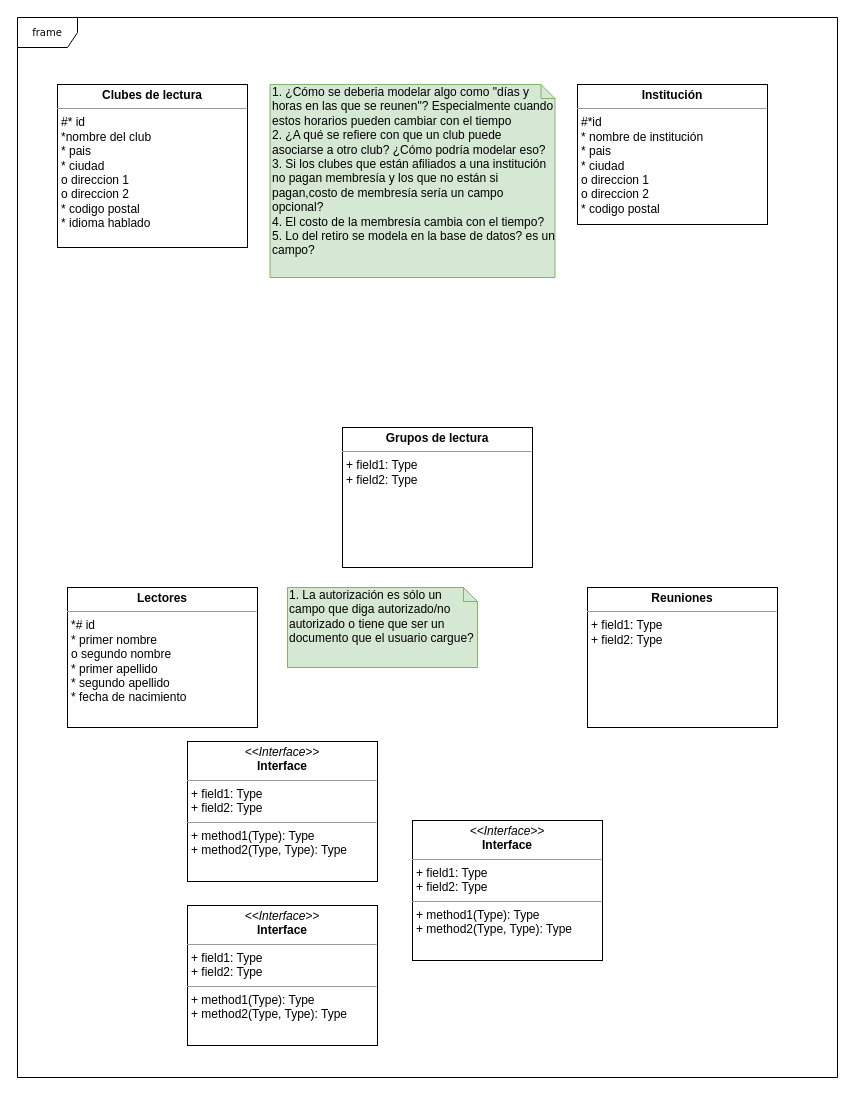
The draw.io diagram DB I/RC (Pseudo) Data structure.drawio in NeutronBlast/IS-Ex, before the edit. Source tidied: cells renumbered, new cells numbered last; positions are measured from the earlier drawing's top-left corner, leaving out a move shared by most shapes. Both pictures are drawn from the tidied source at 100%, with x=0, y=0 at pixel (17, 17).
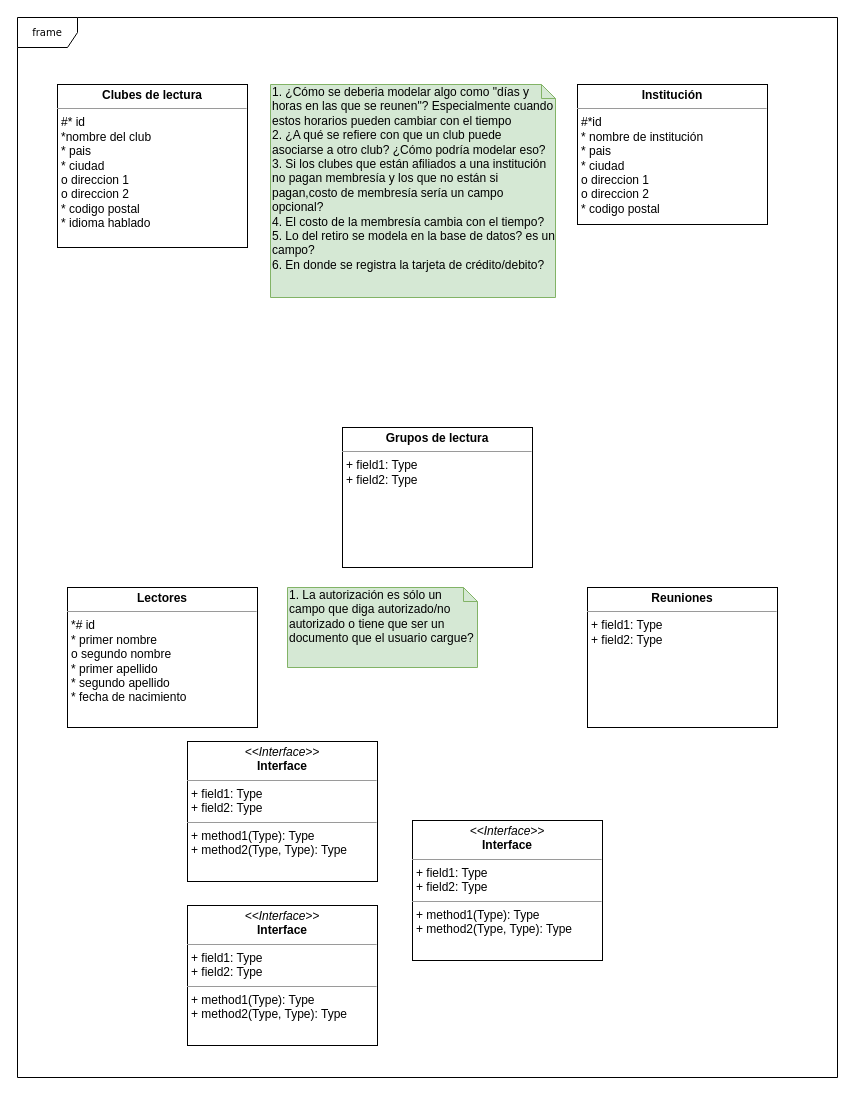
The same diagram, later.

The edit, as a diff of the source:
```diff
@@
 <mxGraphModel background="#ffffff">
   <root>
     <mxCell id="0" />
     <mxCell id="1" parent="0" />
     <mxCell id="2" value="frame" style="shape=umlFrame;whiteSpace=wrap;html=1;rounded=0;shadow=0;comic=0;labelBackgroundColor=none;strokeColor=#000000;strokeWidth=1;fillColor=#ffffff;fontFamily=Verdana;fontSize=10;fontColor=#000000;align=center;" parent="1" vertex="1">
       <mxGeometry width="820" height="1060" as="geometry" />
     </mxCell>
     <mxCell id="3" value="&lt;p style=&quot;margin:0px;margin-top:4px;text-align:center;&quot;&gt;&lt;i&gt;&amp;lt;&amp;lt;Interface&amp;gt;&amp;gt;&lt;/i&gt;&lt;br/&gt;&lt;b&gt;Interface&lt;/b&gt;&lt;/p&gt;&lt;hr size=&quot;1&quot;/&gt;&lt;p style=&quot;margin:0px;margin-left:4px;&quot;&gt;+ field1: Type&lt;br/&gt;+ field2: Type&lt;/p&gt;&lt;hr size=&quot;1&quot;/&gt;&lt;p style=&quot;margin:0px;margin-left:4px;&quot;&gt;+ method1(Type): Type&lt;br/&gt;+ method2(Type, Type): Type&lt;/p&gt;" style="verticalAlign=top;align=left;overflow=fill;fontSize=12;fontFamily=Helvetica;html=1;rounded=0;shadow=0;comic=0;labelBackgroundColor=none;strokeColor=#000000;strokeWidth=1;fillColor=#ffffff;" parent="1" vertex="1">
       <mxGeometry x="395" y="803" width="190" height="140" as="geometry" />
     </mxCell>
     <mxCell id="4" value="&lt;p style=&quot;margin: 0px ; margin-top: 4px ; text-align: center&quot;&gt;&lt;b&gt;Institución&lt;/b&gt;&lt;/p&gt;&lt;hr size=&quot;1&quot;&gt;&lt;p style=&quot;margin: 0px ; margin-left: 4px&quot;&gt;#*id&amp;nbsp;&lt;/p&gt;&lt;p style=&quot;margin: 0px ; margin-left: 4px&quot;&gt;* nombre de institución&lt;/p&gt;&lt;p style=&quot;margin: 0px 0px 0px 4px&quot;&gt;* pais&lt;/p&gt;&lt;p style=&quot;margin: 0px 0px 0px 4px&quot;&gt;* ciudad&lt;/p&gt;&lt;p style=&quot;margin: 0px 0px 0px 4px&quot;&gt;o direccion 1&lt;/p&gt;&lt;p style=&quot;margin: 0px 0px 0px 4px&quot;&gt;o direccion 2&lt;/p&gt;&lt;p style=&quot;margin: 0px 0px 0px 4px&quot;&gt;* codigo postal&lt;/p&gt;" style="verticalAlign=top;align=left;overflow=fill;fontSize=12;fontFamily=Helvetica;html=1;rounded=0;shadow=0;comic=0;labelBackgroundColor=none;strokeColor=#000000;strokeWidth=1;fillColor=#ffffff;" parent="1" vertex="1">
       <mxGeometry x="560" y="67" width="190" height="140" as="geometry" />
     </mxCell>
     <mxCell id="5" value="&lt;p style=&quot;margin:0px;margin-top:4px;text-align:center;&quot;&gt;&lt;i&gt;&amp;lt;&amp;lt;Interface&amp;gt;&amp;gt;&lt;/i&gt;&lt;br/&gt;&lt;b&gt;Interface&lt;/b&gt;&lt;/p&gt;&lt;hr size=&quot;1&quot;/&gt;&lt;p style=&quot;margin:0px;margin-left:4px;&quot;&gt;+ field1: Type&lt;br/&gt;+ field2: Type&lt;/p&gt;&lt;hr size=&quot;1&quot;/&gt;&lt;p style=&quot;margin:0px;margin-left:4px;&quot;&gt;+ method1(Type): Type&lt;br/&gt;+ method2(Type, Type): Type&lt;/p&gt;" style="verticalAlign=top;align=left;overflow=fill;fontSize=12;fontFamily=Helvetica;html=1;rounded=0;shadow=0;comic=0;labelBackgroundColor=none;strokeColor=#000000;strokeWidth=1;fillColor=#ffffff;" parent="1" vertex="1">
       <mxGeometry x="170" y="888" width="190" height="140" as="geometry" />
     </mxCell>
     <mxCell id="6" value="&lt;p style=&quot;margin:0px;margin-top:4px;text-align:center;&quot;&gt;&lt;i&gt;&amp;lt;&amp;lt;Interface&amp;gt;&amp;gt;&lt;/i&gt;&lt;br/&gt;&lt;b&gt;Interface&lt;/b&gt;&lt;/p&gt;&lt;hr size=&quot;1&quot;/&gt;&lt;p style=&quot;margin:0px;margin-left:4px;&quot;&gt;+ field1: Type&lt;br/&gt;+ field2: Type&lt;/p&gt;&lt;hr size=&quot;1&quot;/&gt;&lt;p style=&quot;margin:0px;margin-left:4px;&quot;&gt;+ method1(Type): Type&lt;br/&gt;+ method2(Type, Type): Type&lt;/p&gt;" style="verticalAlign=top;align=left;overflow=fill;fontSize=12;fontFamily=Helvetica;html=1;rounded=0;shadow=0;comic=0;labelBackgroundColor=none;strokeColor=#000000;strokeWidth=1;fillColor=#ffffff;" parent="1" vertex="1">
       <mxGeometry x="170" y="724" width="190" height="140" as="geometry" />
     </mxCell>
     <mxCell id="7" value="&lt;p style=&quot;margin: 0px ; margin-top: 4px ; text-align: center&quot;&gt;&lt;b&gt;Reuniones&lt;/b&gt;&lt;/p&gt;&lt;hr size=&quot;1&quot;&gt;&lt;p style=&quot;margin: 0px ; margin-left: 4px&quot;&gt;+ field1: Type&lt;br&gt;+ field2: Type&lt;/p&gt;&lt;p style=&quot;margin: 0px ; margin-left: 4px&quot;&gt;&lt;br&gt;&lt;/p&gt;" style="verticalAlign=top;align=left;overflow=fill;fontSize=12;fontFamily=Helvetica;html=1;rounded=0;shadow=0;comic=0;labelBackgroundColor=none;strokeColor=#000000;strokeWidth=1;fillColor=#ffffff;" parent="1" vertex="1">
       <mxGeometry x="570" y="570" width="190" height="140" as="geometry" />
     </mxCell>
     <mxCell id="8" value="&lt;p style=&quot;margin: 0px ; margin-top: 4px ; text-align: center&quot;&gt;&lt;b&gt;Clubes de lectura&lt;/b&gt;&lt;/p&gt;&lt;hr size=&quot;1&quot;&gt;&lt;p style=&quot;margin: 0px ; margin-left: 4px&quot;&gt;#* id&lt;/p&gt;&lt;p style=&quot;margin: 0px ; margin-left: 4px&quot;&gt;*nombre del club&lt;/p&gt;&lt;p style=&quot;margin: 0px ; margin-left: 4px&quot;&gt;* pais&lt;/p&gt;&lt;p style=&quot;margin: 0px ; margin-left: 4px&quot;&gt;* ciudad&lt;/p&gt;&lt;p style=&quot;margin: 0px ; margin-left: 4px&quot;&gt;o direccion 1&lt;/p&gt;&lt;p style=&quot;margin: 0px ; margin-left: 4px&quot;&gt;o direccion 2&lt;/p&gt;&lt;p style=&quot;margin: 0px ; margin-left: 4px&quot;&gt;* codigo postal&lt;/p&gt;&lt;p style=&quot;margin: 0px ; margin-left: 4px&quot;&gt;* idioma hablado&lt;/p&gt;&lt;p style=&quot;margin: 0px ; margin-left: 4px&quot;&gt;&lt;br&gt;&lt;/p&gt;" style="verticalAlign=top;align=left;overflow=fill;fontSize=12;fontFamily=Helvetica;html=1;rounded=0;shadow=0;comic=0;labelBackgroundColor=none;strokeColor=#000000;strokeWidth=1;fillColor=#ffffff;" parent="1" vertex="1">
       <mxGeometry x="40" y="67" width="190" height="163" as="geometry" />
     </mxCell>
     <mxCell id="9" value="&lt;p style=&quot;margin: 0px ; margin-top: 4px ; text-align: center&quot;&gt;&lt;b&gt;Lectores&lt;/b&gt;&lt;/p&gt;&lt;hr size=&quot;1&quot;&gt;&lt;p style=&quot;margin: 0px ; margin-left: 4px&quot;&gt;*# id&lt;/p&gt;&lt;p style=&quot;margin: 0px ; margin-left: 4px&quot;&gt;* primer nombre&lt;/p&gt;&lt;p style=&quot;margin: 0px ; margin-left: 4px&quot;&gt;o segundo nombre&lt;/p&gt;&lt;p style=&quot;margin: 0px ; margin-left: 4px&quot;&gt;* primer apellido&lt;/p&gt;&lt;p style=&quot;margin: 0px ; margin-left: 4px&quot;&gt;* segundo apellido&lt;/p&gt;&lt;p style=&quot;margin: 0px ; margin-left: 4px&quot;&gt;* fecha de nacimiento&lt;/p&gt;&lt;p style=&quot;margin: 0px ; margin-left: 4px&quot;&gt;&lt;br&gt;&lt;/p&gt;" style="verticalAlign=top;align=left;overflow=fill;fontSize=12;fontFamily=Helvetica;html=1;rounded=0;shadow=0;comic=0;labelBackgroundColor=none;strokeColor=#000000;strokeWidth=1;fillColor=#ffffff;" parent="1" vertex="1">
       <mxGeometry x="50" y="570" width="190" height="140" as="geometry" />
     </mxCell>
     <mxCell id="10" value="&lt;p style=&quot;margin: 0px ; margin-top: 4px ; text-align: center&quot;&gt;&lt;b&gt;Grupos de lectura&lt;/b&gt;&lt;/p&gt;&lt;hr size=&quot;1&quot;&gt;&lt;p style=&quot;margin: 0px ; margin-left: 4px&quot;&gt;+ field1: Type&lt;br&gt;+ field2: Type&lt;/p&gt;" style="verticalAlign=top;align=left;overflow=fill;fontSize=12;fontFamily=Helvetica;html=1;rounded=0;shadow=0;comic=0;labelBackgroundColor=none;strokeColor=#000000;strokeWidth=1;fillColor=#ffffff;" parent="1" vertex="1">
       <mxGeometry x="325" y="410" width="190" height="140" as="geometry" />
     </mxCell>
-    <mxCell id="11" value="1. ¿Cómo se deberia modelar algo como &quot;días y horas en las que se reunen&quot;? Especialmente cuando estos horarios pueden cambiar con el tiempo&lt;br&gt;2. ¿A qué se refiere con que un club puede asociarse a otro club? ¿Cómo podría modelar eso?&lt;br&gt;3. Si los clubes que están afiliados a una institución no pagan membresía y los que no están si pagan,costo de membresía sería un campo opcional?&lt;br&gt;4. El costo de la membresía cambia con el tiempo?&lt;br&gt;5. Lo del retiro se modela en la base de datos? es un campo?" style="shape=note;whiteSpace=wrap;html=1;size=14;verticalAlign=top;align=left;spacingTop=-6;fillColor=#d5e8d4;strokeColor=#82b366;" parent="1" vertex="1">
-      <mxGeometry x="252.5" y="67" width="285" height="193" as="geometry" />
+    <mxCell id="11" value="1. ¿Cómo se deberia modelar algo como &quot;días y horas en las que se reunen&quot;? Especialmente cuando estos horarios pueden cambiar con el tiempo&lt;br&gt;2. ¿A qué se refiere con que un club puede asociarse a otro club? ¿Cómo podría modelar eso?&lt;br&gt;3. Si los clubes que están afiliados a una institución no pagan membresía y los que no están si pagan,costo de membresía sería un campo opcional?&lt;br&gt;4. El costo de la membresía cambia con el tiempo?&lt;br&gt;5. Lo del retiro se modela en la base de datos? es un campo?&lt;br&gt;6. En donde se registra la tarjeta de crédito/debito?" style="shape=note;whiteSpace=wrap;html=1;size=14;verticalAlign=top;align=left;spacingTop=-6;fillColor=#d5e8d4;strokeColor=#82b366;" parent="1" vertex="1">
+      <mxGeometry x="253" y="67" width="285" height="213" as="geometry" />
     </mxCell>
     <mxCell id="12" value="1. La autorización es sólo un campo que diga autorizado/no autorizado o tiene que ser un documento que el usuario cargue?" style="shape=note;whiteSpace=wrap;html=1;size=14;verticalAlign=top;align=left;spacingTop=-6;fillColor=#d5e8d4;strokeColor=#82b366;" parent="1" vertex="1">
       <mxGeometry x="270" y="570" width="190" height="80" as="geometry" />
     </mxCell>
   </root>
 </mxGraphModel>
```
